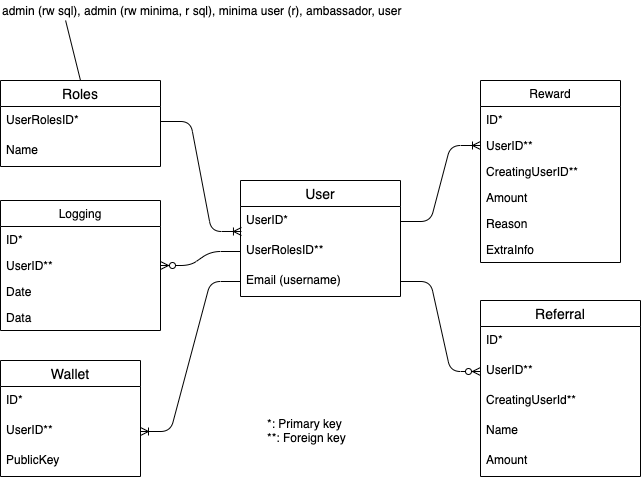
Above: docs/images/dbase.png in minima-global/incentivecash (draw.io), before the change. Source tidied: cells renumbered, new cells last; positions are measured from the earlier drawing's top-left corner, leaving out a move shared by most shapes.
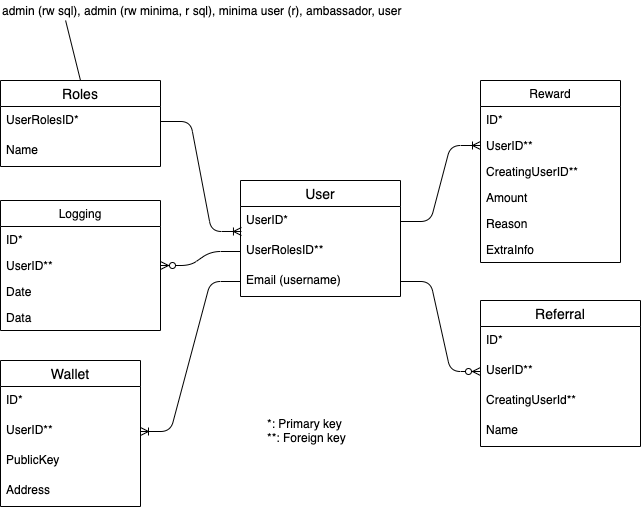
After the change.

Commit message:
dbase tweak

Diff of the diagram source:
```diff
@@ -66,7 +66,7 @@
       <mxGeometry width="420" height="20" as="geometry" />
     </mxCell>
     <mxCell id="23" value="Referral" style="swimlane;fontStyle=0;horizontal=1;startSize=26;align=center;fontSize=14;" parent="1" vertex="1">
-      <mxGeometry x="480" y="300" width="160" height="176" as="geometry" />
+      <mxGeometry x="480" y="300" width="160" height="146" as="geometry" />
     </mxCell>
     <mxCell id="24" value="ID*" style="text;strokeColor=none;fillColor=none;spacingLeft=4;spacingRight=4;overflow=hidden;fontSize=12;" parent="23" vertex="1">
       <mxGeometry y="26" width="160" height="30" as="geometry" />
@@ -80,9 +80,6 @@
     <mxCell id="27" value="Name" style="text;strokeColor=none;fillColor=none;spacingLeft=4;spacingRight=4;overflow=hidden;fontSize=12;" parent="23" vertex="1">
       <mxGeometry y="116" width="160" height="30" as="geometry" />
     </mxCell>
-    <mxCell id="28" value="Amount" style="text;strokeColor=none;fillColor=none;spacingLeft=4;spacingRight=4;overflow=hidden;fontSize=12;" parent="23" vertex="1">
-      <mxGeometry y="146" width="160" height="30" as="geometry" />
-    </mxCell>
     <mxCell id="29" style="edgeStyle=entityRelationEdgeStyle;fontSize=12;html=1;endArrow=ERzeroToMany;endFill=1;entryX=0;entryY=0.5;entryDx=0;entryDy=0;" parent="1" edge="1" source="5" target="25">
       <mxGeometry relative="1" as="geometry" />
     </mxCell>
@@ -99,7 +96,7 @@
       <mxGeometry x="265" y="420" width="110" height="20" as="geometry" />
     </mxCell>
     <mxCell id="34" value="Wallet" style="swimlane;fontStyle=0;horizontal=1;startSize=26;align=center;fontSize=14;" parent="1" vertex="1">
-      <mxGeometry y="360" width="140" height="116" as="geometry" />
+      <mxGeometry y="360" width="140" height="146" as="geometry" />
     </mxCell>
     <mxCell id="35" value="ID*" style="text;strokeColor=none;fillColor=none;spacingLeft=4;spacingRight=4;overflow=hidden;fontSize=12;" parent="34" vertex="1">
       <mxGeometry y="26" width="140" height="30" as="geometry" />
@@ -110,6 +107,9 @@
     <mxCell id="37" value="PublicKey" style="text;strokeColor=none;fillColor=none;spacingLeft=4;spacingRight=4;overflow=hidden;fontSize=12;" parent="34" vertex="1">
       <mxGeometry y="86" width="140" height="30" as="geometry" />
     </mxCell>
+    <mxCell id="40" value="Address" style="text;strokeColor=none;fillColor=none;spacingLeft=4;spacingRight=4;overflow=hidden;fontSize=12;" parent="34" vertex="1">
+      <mxGeometry y="116" width="140" height="30" as="geometry" />
+    </mxCell>
     <mxCell id="38" style="edgeStyle=orthogonalEdgeStyle;rounded=0;orthogonalLoop=1;jettySize=auto;html=1;exitX=1;exitY=0.5;exitDx=0;exitDy=0;" parent="34" edge="1" source="36" target="36">
       <mxGeometry relative="1" as="geometry" />
     </mxCell>
```
